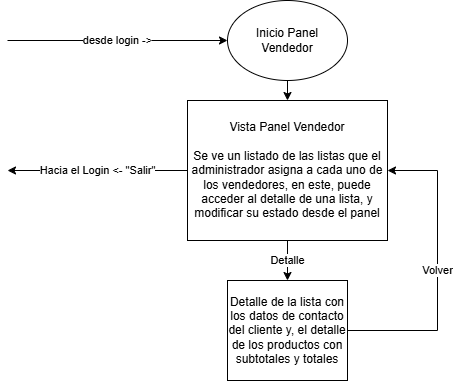
Above: Docs/DiagramasFlujo/Administracion/panelVendedorFlujo.png in facutorr2005/FINAL-DESARROLLO-WEB (draw.io), before the change. Source tidied: cells renumbered, new cells last; positions are measured from the earlier drawing's top-left corner, leaving out a move shared by most shapes. Its diagram source:
```xml
<mxGraphModel>
  <root>
    <mxCell id="0" />
    <mxCell id="1" parent="0" />
    <mxCell id="2" value="Inicio Panel&lt;div&gt;Vendedor&lt;/div&gt;" style="ellipse;whiteSpace=wrap;html=1;" parent="1" vertex="1">
      <mxGeometry x="220" width="120" height="80" as="geometry" />
    </mxCell>
    <mxCell id="3" value="desde login -&amp;gt;" style="endArrow=classic;html=1;rounded=0;entryX=0;entryY=0.5;entryDx=0;entryDy=0;" parent="1" edge="1" target="2">
      <mxGeometry relative="1" as="geometry">
        <mxPoint y="40" as="sourcePoint" />
      </mxGeometry>
    </mxCell>
    <mxCell id="4" value="Vista Panel Vendedor&lt;br&gt;&lt;br&gt;Se ve un listado de las listas que el administrador asigna a cada uno de los vendedores, en este, puede acceder al detalle de una lista, y modificar su estado desde el panel" style="rounded=0;whiteSpace=wrap;html=1;" parent="1" vertex="1">
      <mxGeometry x="180" y="100" width="200" height="140" as="geometry" />
    </mxCell>
    <mxCell id="5" style="endArrow=classic;html=1;rounded=0;exitX=0.5;exitY=1;exitDx=0;exitDy=0;entryX=0.5;entryY=0;entryDx=0;entryDy=0;" parent="1" edge="1" source="2" target="4">
      <mxGeometry relative="1" as="geometry" />
    </mxCell>
    <mxCell id="6" value="Hacia el Login &amp;lt;- &quot;Salir&quot;" style="endArrow=classic;html=1;rounded=0;exitX=0;exitY=0.5;exitDx=0;exitDy=0;" parent="1" edge="1" source="4">
      <mxGeometry relative="1" as="geometry">
        <mxPoint y="170" as="targetPoint" />
      </mxGeometry>
    </mxCell>
    <mxCell id="7" value="Detalle" style="endArrow=classic;html=1;rounded=0;exitX=0.5;exitY=1;exitDx=0;exitDy=0;" parent="1" edge="1" source="4" target="8">
      <mxGeometry relative="1" as="geometry" />
    </mxCell>
    <mxCell id="8" value="Detalle de la lista con los datos de contacto del cliente y, el detalle de los productos con subtotales y totales" style="rounded=0;whiteSpace=wrap;html=1;" parent="1" vertex="1">
      <mxGeometry x="220" y="280" width="120" height="100" as="geometry" />
    </mxCell>
    <mxCell id="9" value="Volver" style="endArrow=classic;html=1;rounded=0;exitX=1;exitY=0.5;exitDx=0;exitDy=0;entryX=1;entryY=0.5;entryDx=0;entryDy=0;" parent="1" edge="1" source="8" target="4">
      <mxGeometry relative="1" as="geometry">
        <Array as="points">
          <mxPoint x="430" y="330" />
          <mxPoint x="430" y="170" />
        </Array>
      </mxGeometry>
    </mxCell>
  </root>
</mxGraphModel>
```
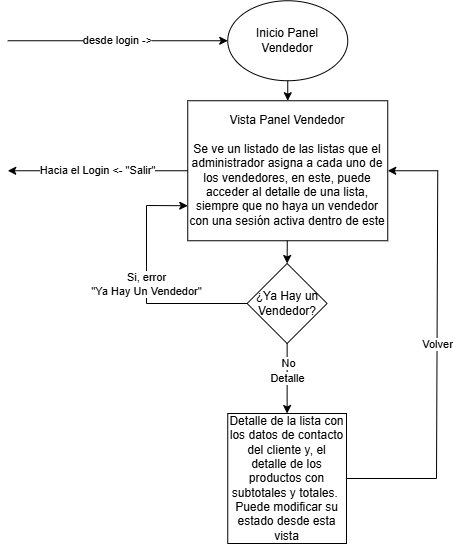
Later version of the same file.

Commit message:
corrección diagramas y md

Diff of the diagram source:
```diff
@@ -10,30 +10,47 @@
         <mxPoint y="40" as="sourcePoint" />
       </mxGeometry>
     </mxCell>
-    <mxCell id="4" value="Vista Panel Vendedor&lt;br&gt;&lt;br&gt;Se ve un listado de las listas que el administrador asigna a cada uno de los vendedores, en este, puede acceder al detalle de una lista, y modificar su estado desde el panel" style="rounded=0;whiteSpace=wrap;html=1;" parent="1" vertex="1">
-      <mxGeometry x="180" y="100" width="200" height="140" as="geometry" />
-    </mxCell>
-    <mxCell id="5" style="endArrow=classic;html=1;rounded=0;exitX=0.5;exitY=1;exitDx=0;exitDy=0;entryX=0.5;entryY=0;entryDx=0;entryDy=0;" parent="1" edge="1" source="2" target="4">
-      <mxGeometry relative="1" as="geometry" />
-    </mxCell>
+    <mxCell id="10" value="Vista Panel Vendedor&lt;br&gt;&lt;br&gt;Se ve un listado de las listas que el administrador asigna a cada uno de los vendedores, en este, puede acceder al detalle de una lista, siempre que no haya un vendedor con una sesión activa dentro de este" style="rounded=0;whiteSpace=wrap;html=1;" parent="1" vertex="1">
+      <mxGeometry x="180" y="100" width="200" height="140" as="geometry" />
+    </mxCell>
+    <mxCell id="11" style="endArrow=classic;html=1;rounded=0;exitX=0.5;exitY=1;exitDx=0;exitDy=0;entryX=0.5;entryY=0;entryDx=0;entryDy=0;" parent="1" edge="1" source="2" target="10">
+      <mxGeometry relative="1" as="geometry" />
+    </mxCell>
-    <mxCell id="6" value="Hacia el Login &amp;lt;- &quot;Salir&quot;" style="endArrow=classic;html=1;rounded=0;exitX=0;exitY=0.5;exitDx=0;exitDy=0;" parent="1" edge="1" source="4">
+    <mxCell id="6" value="Hacia el Login &amp;lt;- &quot;Salir&quot;" style="endArrow=classic;html=1;rounded=0;exitX=0;exitY=0.5;exitDx=0;exitDy=0;" parent="1" edge="1" source="10">
       <mxGeometry relative="1" as="geometry">
         <mxPoint y="170" as="targetPoint" />
       </mxGeometry>
     </mxCell>
-    <mxCell id="7" value="Detalle" style="endArrow=classic;html=1;rounded=0;exitX=0.5;exitY=1;exitDx=0;exitDy=0;" parent="1" edge="1" source="4" target="8">
+    <mxCell id="7" value="Detalle" style="endArrow=classic;html=1;rounded=0;exitX=0.5;exitY=1;exitDx=0;exitDy=0;" parent="1" edge="1" source="14" target="13">
       <mxGeometry relative="1" as="geometry" />
     </mxCell>
-    <mxCell id="8" value="Detalle de la lista con los datos de contacto del cliente y, el detalle de los productos con subtotales y totales" style="rounded=0;whiteSpace=wrap;html=1;" parent="1" vertex="1">
-      <mxGeometry x="220" y="280" width="120" height="100" as="geometry" />
-    </mxCell>
+    <mxCell id="12" value="No" style="edgeLabel;html=1;align=center;verticalAlign=middle;" parent="7" vertex="1">
+      <mxGeometry x="-0.46" y="1" relative="1" as="geometry" />
+    </mxCell>
+    <mxCell id="13" value="Detalle de la lista con los datos de contacto del cliente y, el detalle de los productos con subtotales y totales.&amp;nbsp; Puede&amp;nbsp;modificar su estado desde esta vista" style="rounded=0;whiteSpace=wrap;html=1;" parent="1" vertex="1">
+      <mxGeometry x="220" y="412.8" width="118.8" height="130" as="geometry" />
+    </mxCell>
-    <mxCell id="9" value="Volver" style="endArrow=classic;html=1;rounded=0;exitX=1;exitY=0.5;exitDx=0;exitDy=0;entryX=1;entryY=0.5;entryDx=0;entryDy=0;" parent="1" edge="1" source="8" target="4">
+    <mxCell id="9" value="Volver" style="endArrow=classic;html=1;rounded=0;exitX=1;exitY=0.5;exitDx=0;exitDy=0;entryX=1;entryY=0.5;entryDx=0;entryDy=0;" parent="1" edge="1" source="13" target="10">
       <mxGeometry relative="1" as="geometry">
         <Array as="points">
-          <mxPoint x="430" y="330" />
+          <mxPoint x="428.8" y="477.8" />
           <mxPoint x="430" y="170" />
         </Array>
       </mxGeometry>
     </mxCell>
+    <mxCell id="14" value="¿Ya Hay un&lt;br&gt;Vendedor?" style="rhombus;whiteSpace=wrap;html=1;" parent="1" vertex="1">
+      <mxGeometry x="239.4" y="262.8" width="80" height="80" as="geometry" />
+    </mxCell>
+    <mxCell id="15" style="endArrow=classic;html=1;rounded=0;entryX=0.5;entryY=0;entryDx=0;entryDy=0;" parent="1" edge="1" source="10" target="14">
+      <mxGeometry relative="1" as="geometry" />
+    </mxCell>
+    <mxCell id="16" value="Si, error&lt;br&gt;&quot;Ya Hay Un Vendedor&quot;" style="endArrow=classic;html=1;rounded=0;entryX=0;entryY=0.75;entryDx=0;entryDy=0;exitX=0;exitY=0.5;exitDx=0;exitDy=0;" parent="1" edge="1" source="14" target="10">
+      <mxGeometry relative="1" as="geometry">
+        <Array as="points">
+          <mxPoint x="138.8" y="302.8" />
+          <mxPoint x="138.8" y="204.8" />
+        </Array>
+      </mxGeometry>
+    </mxCell>
   </root>
 </mxGraphModel>
```
